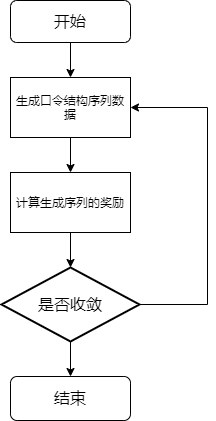
Above: seqgan-gen.drawio.png in lakomi/pictures (draw.io), before the change. Source tidied: cells renumbered, new cells last; positions are measured from the earlier drawing's top-left corner, leaving out a move shared by most shapes.
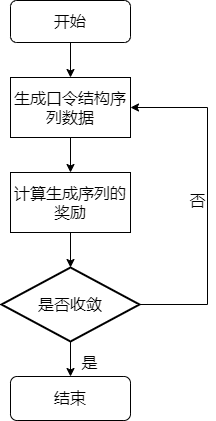
After the commit.

Change to the diagram source:
```diff
@@ -2,28 +2,28 @@
   <root>
     <mxCell id="0" />
     <mxCell id="1" parent="0" />
-    <mxCell id="2" style="edgeStyle=orthogonalEdgeStyle;rounded=0;jettySize=auto;html=1;exitX=0.5;exitY=1;exitDx=0;exitDy=0;" parent="1" edge="1" source="3" target="5">
+    <mxCell id="2" style="edgeStyle=orthogonalEdgeStyle;rounded=0;jettySize=auto;html=1;exitX=0.5;exitY=1;exitDx=0;exitDy=0;fontSize=16;" parent="1" edge="1" source="3" target="5">
       <mxGeometry relative="1" as="geometry" />
     </mxCell>
-    <mxCell id="3" value="生成口令结构序列数据" style="rounded=0;whiteSpace=wrap;html=1;" parent="1" vertex="1">
+    <mxCell id="3" value="生成口令结构序列数据" style="rounded=0;whiteSpace=wrap;html=1;fontSize=16;" parent="1" vertex="1">
       <mxGeometry x="9" y="77" width="120" height="60" as="geometry" />
     </mxCell>
-    <mxCell id="4" style="edgeStyle=orthogonalEdgeStyle;rounded=0;jettySize=auto;html=1;exitX=0.5;exitY=1;exitDx=0;exitDy=0;entryX=0.5;entryY=0;entryDx=0;entryDy=0;entryPerimeter=0;" parent="1" edge="1" source="5" target="10">
+    <mxCell id="4" style="edgeStyle=orthogonalEdgeStyle;rounded=0;jettySize=auto;html=1;exitX=0.5;exitY=1;exitDx=0;exitDy=0;entryX=0.5;entryY=0;entryDx=0;entryDy=0;entryPerimeter=0;fontSize=16;" parent="1" edge="1" source="5" target="10">
       <mxGeometry relative="1" as="geometry" />
     </mxCell>
-    <mxCell id="5" value="计算生成序列的奖励" style="rounded=0;whiteSpace=wrap;html=1;" parent="1" vertex="1">
+    <mxCell id="5" value="计算生成序列的奖励" style="rounded=0;whiteSpace=wrap;html=1;fontSize=16;" parent="1" vertex="1">
       <mxGeometry x="9" y="172" width="120" height="60" as="geometry" />
     </mxCell>
-    <mxCell id="6" style="edgeStyle=orthogonalEdgeStyle;rounded=0;jettySize=auto;html=1;exitX=0.5;exitY=1;exitDx=0;exitDy=0;" parent="1" edge="1" source="7" target="3">
+    <mxCell id="6" style="edgeStyle=orthogonalEdgeStyle;rounded=0;jettySize=auto;html=1;exitX=0.5;exitY=1;exitDx=0;exitDy=0;fontSize=16;" parent="1" edge="1" source="7" target="3">
       <mxGeometry relative="1" as="geometry" />
     </mxCell>
     <mxCell id="7" value="开始" style="rounded=1;whiteSpace=wrap;html=1;fontSize=16;" parent="1" vertex="1">
       <mxGeometry x="9" width="120" height="42" as="geometry" />
     </mxCell>
-    <mxCell id="8" style="edgeStyle=orthogonalEdgeStyle;rounded=0;jettySize=auto;html=1;exitX=0.5;exitY=1;exitDx=0;exitDy=0;exitPerimeter=0;" parent="1" edge="1" source="10" target="11">
+    <mxCell id="8" style="edgeStyle=orthogonalEdgeStyle;rounded=0;jettySize=auto;html=1;exitX=0.5;exitY=1;exitDx=0;exitDy=0;exitPerimeter=0;fontSize=16;" parent="1" edge="1" source="10" target="11">
       <mxGeometry relative="1" as="geometry" />
     </mxCell>
-    <mxCell id="9" style="edgeStyle=orthogonalEdgeStyle;rounded=0;jettySize=auto;html=1;exitX=1;exitY=0.5;exitDx=0;exitDy=0;exitPerimeter=0;entryX=1;entryY=0.5;entryDx=0;entryDy=0;" parent="1" edge="1" source="10" target="3">
+    <mxCell id="9" style="edgeStyle=orthogonalEdgeStyle;rounded=0;jettySize=auto;html=1;exitX=1;exitY=0.5;exitDx=0;exitDy=0;exitPerimeter=0;entryX=1;entryY=0.5;entryDx=0;entryDy=0;fontSize=16;" parent="1" edge="1" source="10" target="3">
       <mxGeometry relative="1" as="geometry">
         <Array as="points">
           <mxPoint x="206" y="304" />
@@ -37,5 +37,11 @@
     <mxCell id="11" value="结束" style="rounded=1;whiteSpace=wrap;html=1;fontSize=16;" parent="1" vertex="1">
       <mxGeometry x="9" y="376" width="120" height="44" as="geometry" />
     </mxCell>
+    <mxCell id="12" value="是" style="text;html=1;align=center;verticalAlign=middle;strokeColor=none;fillColor=none;fontSize=16;" parent="1" vertex="1">
+      <mxGeometry x="75" y="350" width="26" height="23" as="geometry" />
+    </mxCell>
+    <mxCell id="13" value="否" style="text;html=1;align=center;verticalAlign=middle;strokeColor=none;fillColor=none;fontSize=16;" parent="1" vertex="1">
+      <mxGeometry x="183" y="188" width="26" height="23" as="geometry" />
+    </mxCell>
   </root>
 </mxGraphModel>
```
